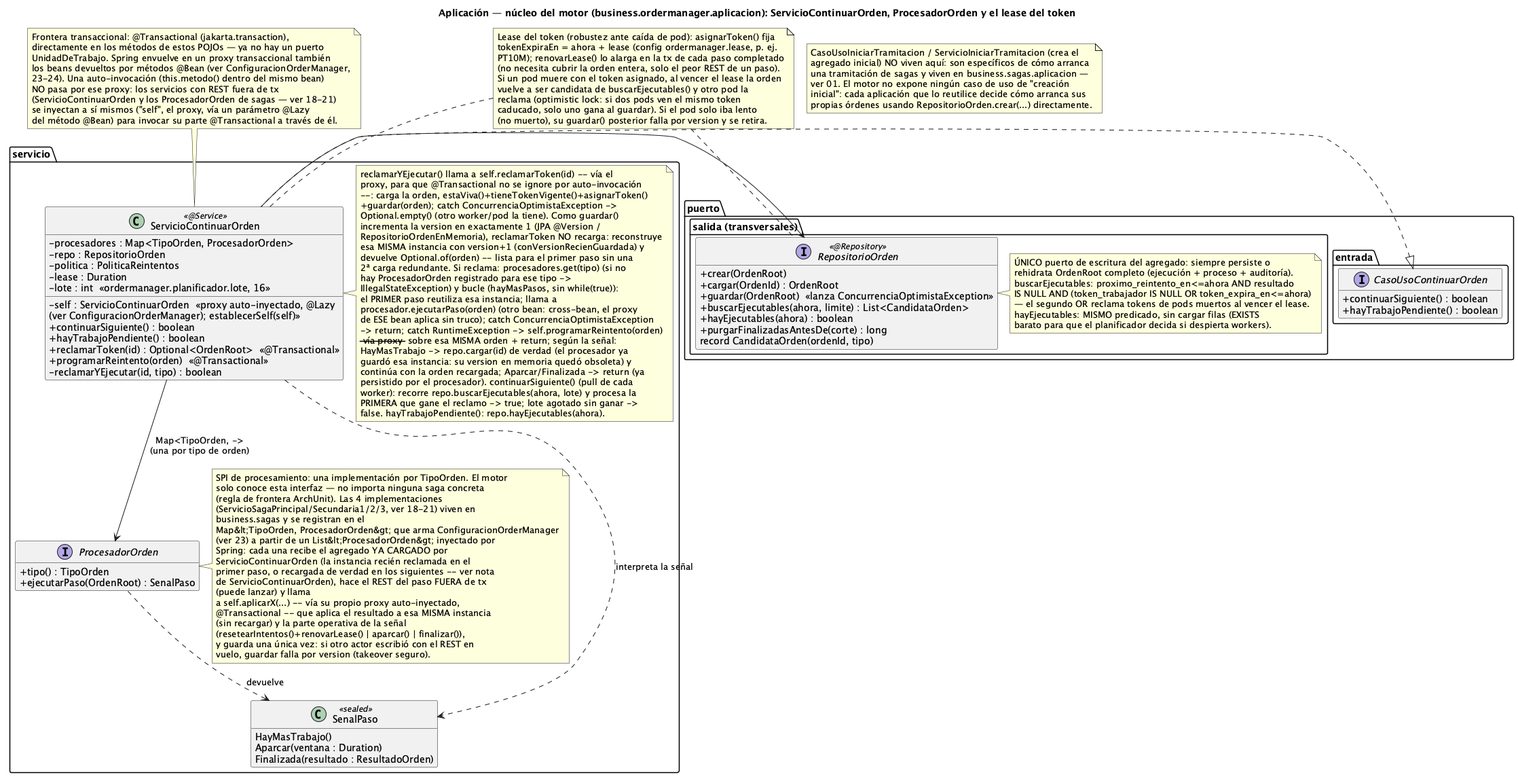
The PlantUML diagram order-manager/docs/17-clases-aplicacion-nucleo.png in ralcazar/patrones, before a commit.
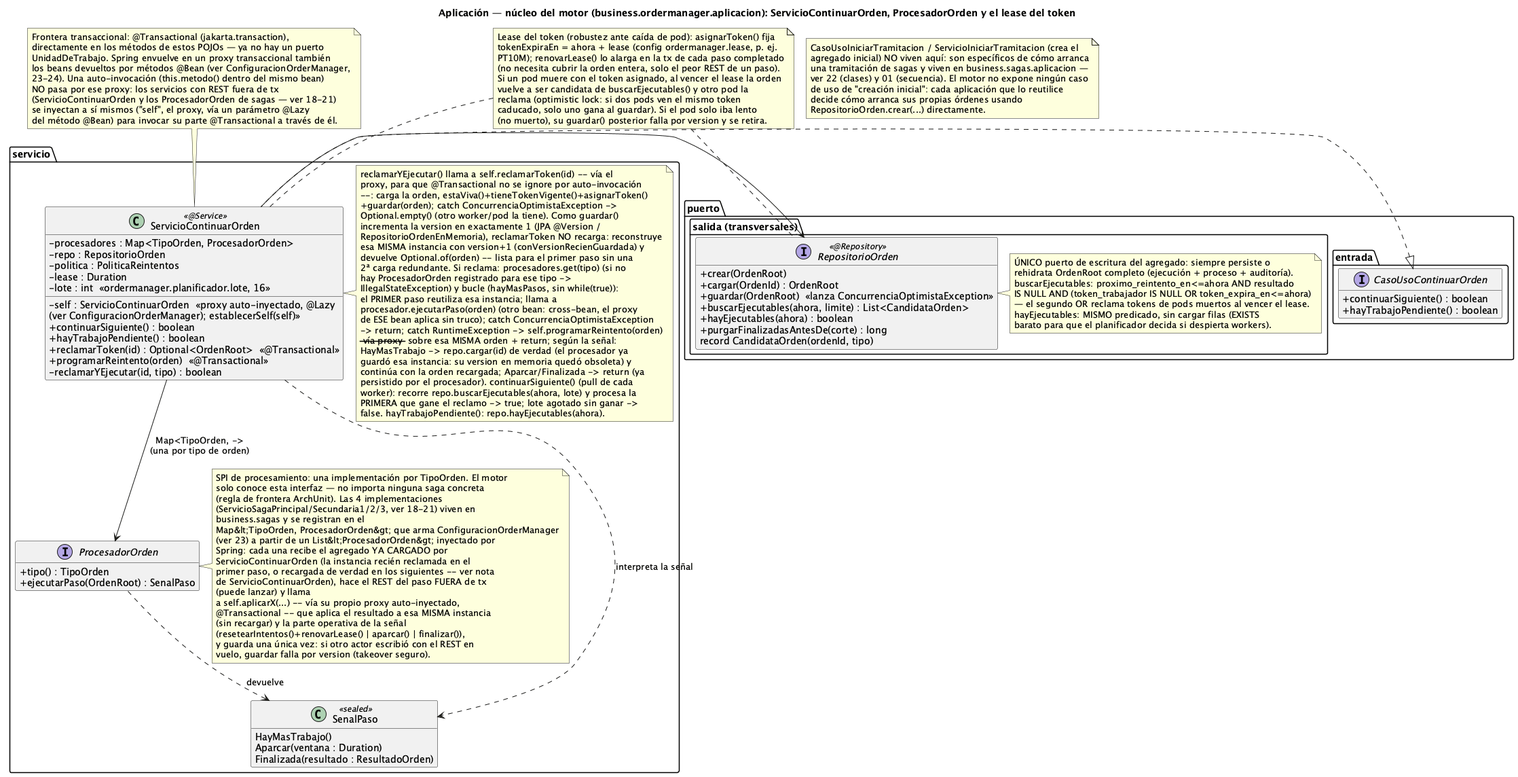
The same diagram one commit later.

The edit, as a diff of the source:
```diff
@@ -142,9 +142,10 @@
   CasoUsoIniciarTramitacion / ServicioIniciarTramitacion (crea el
   agregado inicial) NO viven aquí: son específicos de cómo arranca
   una tramitación de sagas y viven en business.sagas.aplicacion —
-  ver 01. El motor no expone ningún caso de uso de "creación
-  inicial": cada aplicación que lo reutilice decide cómo arranca sus
-  propias órdenes usando RepositorioOrden.crear(...) directamente.
+  ver 22 (clases) y 01 (secuencia). El motor no expone ningún caso
+  de uso de "creación inicial": cada aplicación que lo reutilice
+  decide cómo arranca sus propias órdenes usando
+  RepositorioOrden.crear(...) directamente.
 end note
 
 @enduml
```
